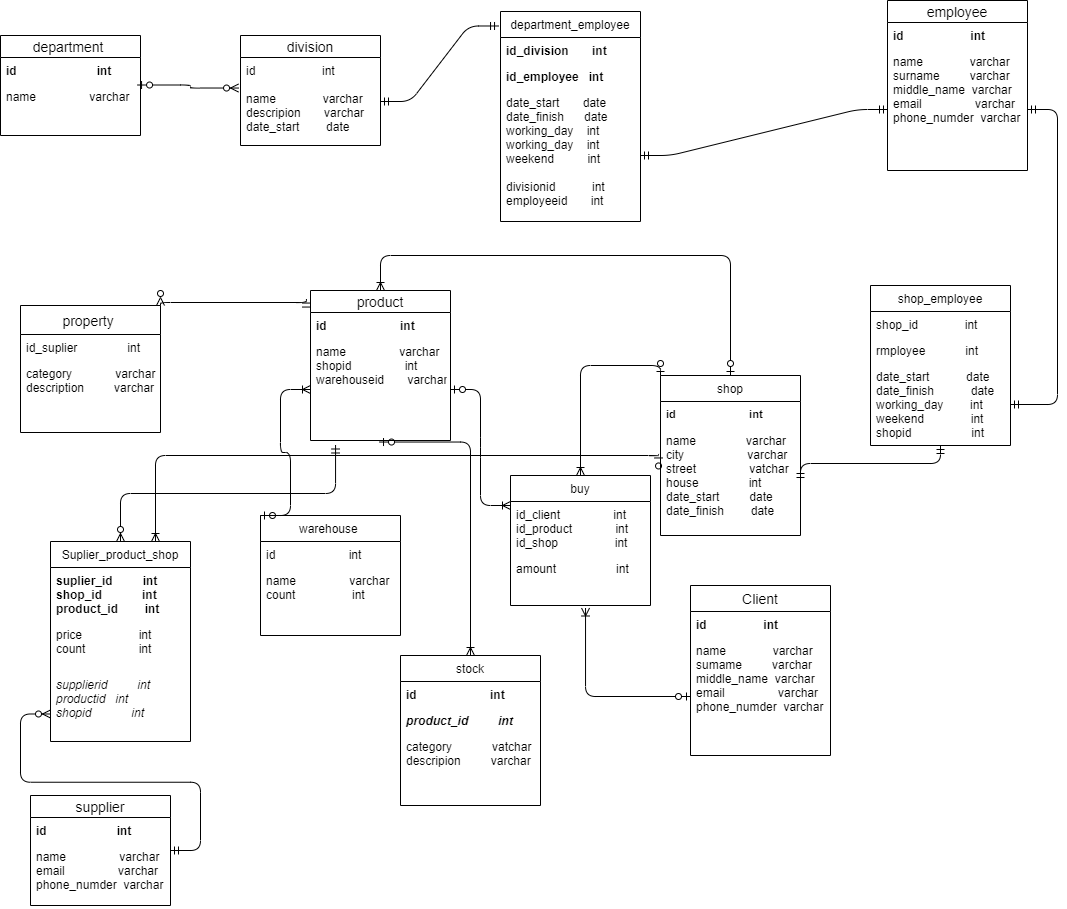
Before: схема .png, a diagram exported from draw.io (Katya-Golovina/Golovina). Source tidied: cells renumbered, new cells last; positions are measured from the earlier drawing's top-left corner, leaving out a move shared by most shapes.
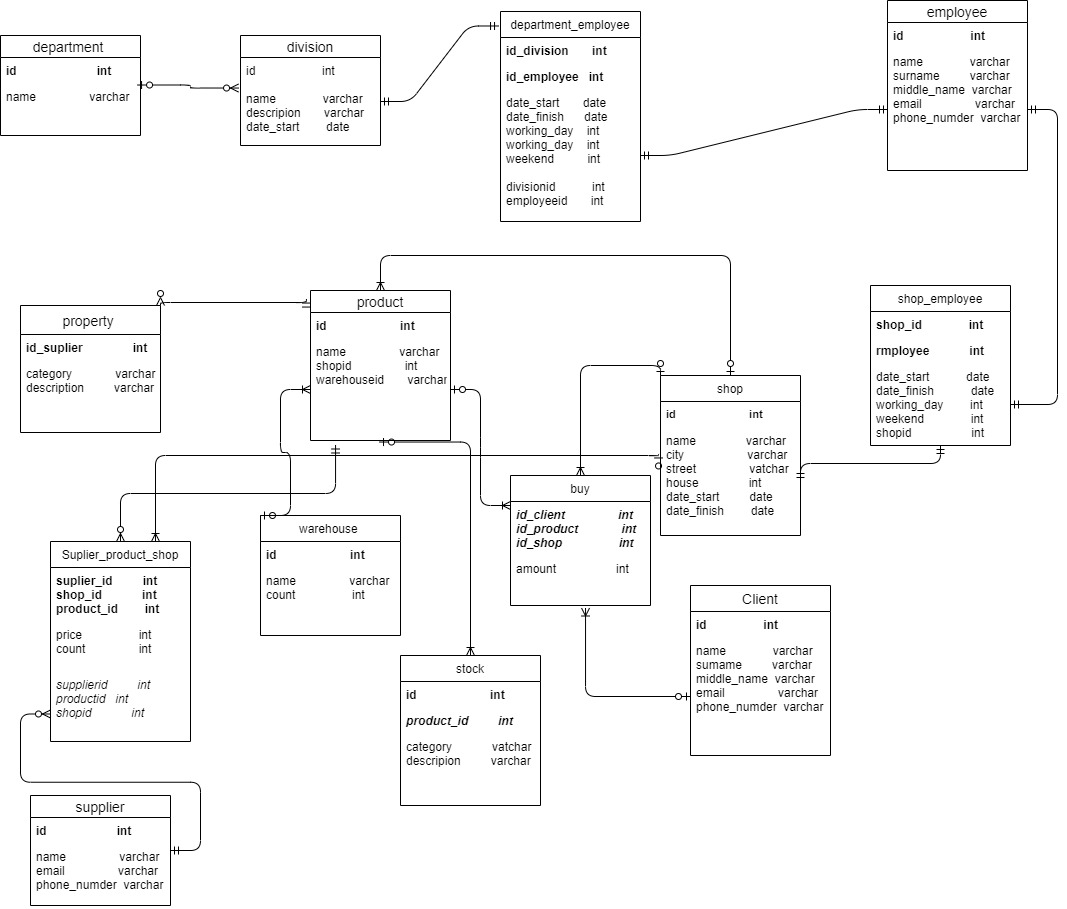
After the change.

The edit, as a diff of the source:
```diff
@@ -14,7 +14,7 @@
     <mxCell id="5" value="property " style="swimlane;fontStyle=0;horizontal=1;startSize=29;align=center;fontSize=14;" parent="1" vertex="1">
       <mxGeometry x="20" y="305" width="140" height="127" as="geometry" />
     </mxCell>
-    <mxCell id="6" value="id_suplier               int" style="text;strokeColor=none;fillColor=none;spacingLeft=4;spacingRight=4;overflow=hidden;fontSize=12;" parent="5" vertex="1">
+    <mxCell id="6" value="id_suplier               int" style="text;strokeColor=none;fillColor=none;spacingLeft=4;spacingRight=4;overflow=hidden;fontSize=12;fontStyle=1;" parent="5" vertex="1">
       <mxGeometry y="29" width="140" height="26" as="geometry" />
     </mxCell>
     <mxCell id="7" value="category             varchar&#10;description         varchar" style="text;strokeColor=none;fillColor=none;spacingLeft=4;spacingRight=4;overflow=hidden;fontSize=12;" parent="5" vertex="1">
@@ -80,10 +80,10 @@
     <mxCell id="27" value="shop_employee" style="swimlane;fontStyle=0;horizontal=1;startSize=26;fillColor=none;" parent="1" vertex="1">
       <mxGeometry x="870" y="285" width="140" height="160" as="geometry" />
     </mxCell>
-    <mxCell id="28" value="shop_id              int&#10;" style="text;strokeColor=none;fillColor=none;align=left;verticalAlign=top;spacingLeft=4;spacingRight=4;overflow=hidden;" parent="27" vertex="1">
+    <mxCell id="28" value="shop_id              int&#10;" style="text;strokeColor=none;fillColor=none;align=left;verticalAlign=top;spacingLeft=4;spacingRight=4;overflow=hidden;fontStyle=1;" parent="27" vertex="1">
       <mxGeometry y="26" width="140" height="26" as="geometry" />
     </mxCell>
-    <mxCell id="29" value="rmployee            int" style="text;strokeColor=none;fillColor=none;align=left;verticalAlign=top;spacingLeft=4;spacingRight=4;overflow=hidden;" parent="27" vertex="1">
+    <mxCell id="29" value="rmployee            int" style="text;strokeColor=none;fillColor=none;align=left;verticalAlign=top;spacingLeft=4;spacingRight=4;overflow=hidden;fontStyle=1;" parent="27" vertex="1">
       <mxGeometry y="52" width="140" height="26" as="geometry" />
     </mxCell>
     <mxCell id="30" value="date_start           date&#10;date_finish           date&#10;working_day        int&#10;weekend              int&#10;shopid                  int " style="text;strokeColor=none;fillColor=none;align=left;verticalAlign=top;spacingLeft=4;spacingRight=4;overflow=hidden;points=[[0,0.5],[1,0.5]];portConstraint=eastwest;fontStyle=0;" parent="27" vertex="1">
@@ -124,7 +124,7 @@
     <mxCell id="38" value="buy" style="swimlane;fontStyle=0;horizontal=1;startSize=26;fillColor=none;fontColor=#000000;" parent="1" vertex="1">
       <mxGeometry x="510" y="475" width="140" height="130" as="geometry" />
     </mxCell>
-    <mxCell id="39" value="id_client                int&#10;id_product             int&#10;id_shop                 int&#10;" style="text;strokeColor=none;fillColor=none;align=left;verticalAlign=top;spacingLeft=4;spacingRight=4;overflow=hidden;points=[[0,0.5],[1,0.5]];portConstraint=eastwest;" parent="38" vertex="1">
+    <mxCell id="39" value="id_client                int&#10;id_product             int&#10;id_shop                 int&#10;" style="text;strokeColor=none;fillColor=none;align=left;verticalAlign=top;spacingLeft=4;spacingRight=4;overflow=hidden;points=[[0,0.5],[1,0.5]];portConstraint=eastwest;fontStyle=3;" parent="38" vertex="1">
       <mxGeometry y="26" width="140" height="54" as="geometry" />
     </mxCell>
     <mxCell id="40" value="amount                  int" style="text;strokeColor=none;fillColor=none;align=left;verticalAlign=top;spacingLeft=4;spacingRight=4;overflow=hidden;points=[[0,0.5],[1,0.5]];portConstraint=eastwest;" parent="38" vertex="1">
@@ -168,7 +168,7 @@
     <mxCell id="48" value="warehouse " style="swimlane;fontStyle=0;horizontal=1;startSize=26;fillColor=none;fontColor=#000000;" parent="1" vertex="1">
       <mxGeometry x="260" y="515" width="140" height="120" as="geometry" />
     </mxCell>
-    <mxCell id="49" value="id                      int&#10;" style="text;strokeColor=none;fillColor=none;align=left;verticalAlign=top;spacingLeft=4;spacingRight=4;overflow=hidden;" parent="48" vertex="1">
+    <mxCell id="49" value="id                      int&#10;" style="text;strokeColor=none;fillColor=none;align=left;verticalAlign=top;spacingLeft=4;spacingRight=4;overflow=hidden;fontStyle=1;" parent="48" vertex="1">
       <mxGeometry y="26" width="140" height="26" as="geometry" />
     </mxCell>
     <mxCell id="50" value="name                varchar&#10;count                 int&#10;" style="text;strokeColor=none;fillColor=none;align=left;verticalAlign=top;spacingLeft=4;spacingRight=4;overflow=hidden;" parent="48" vertex="1">
```
